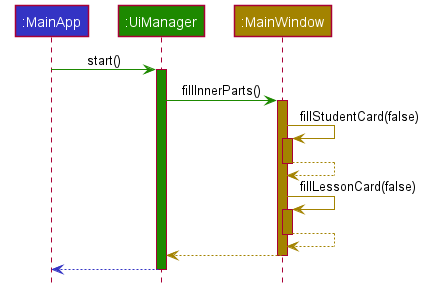
Before: docs/images/CardUiSequenceLaunch.png, a diagram exported from PlantUML (nus-cs2103-AY2122S1/tp).
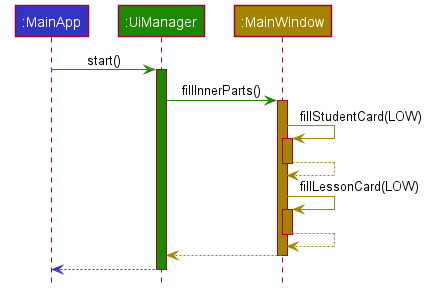
After the change.

Commit message:
Update implementation and documentation of Card-Like UI elems

Diff of the diagram source:
```diff
@@ -12,12 +12,12 @@
 ui -[UI_COLOR]> mainWin : fillInnerParts()
 activate mainWin STORAGE_COLOR
 
-mainWin -[STORAGE_COLOR]> mainWin: fillStudentCard(false)
+mainWin -[STORAGE_COLOR]> mainWin: fillStudentCard(LOW)
 activate mainWin STORAGE_COLOR
 mainWin --[STORAGE_COLOR]> mainWin
 deactivate mainWin STORAGE_COLOR
 
-mainWin -[STORAGE_COLOR]> mainWin: fillLessonCard(false)
+mainWin -[STORAGE_COLOR]> mainWin: fillLessonCard(LOW)
 activate mainWin STORAGE_COLOR
 mainWin --[STORAGE_COLOR]> mainWin
 deactivate mainWin STORAGE_COLOR
```
